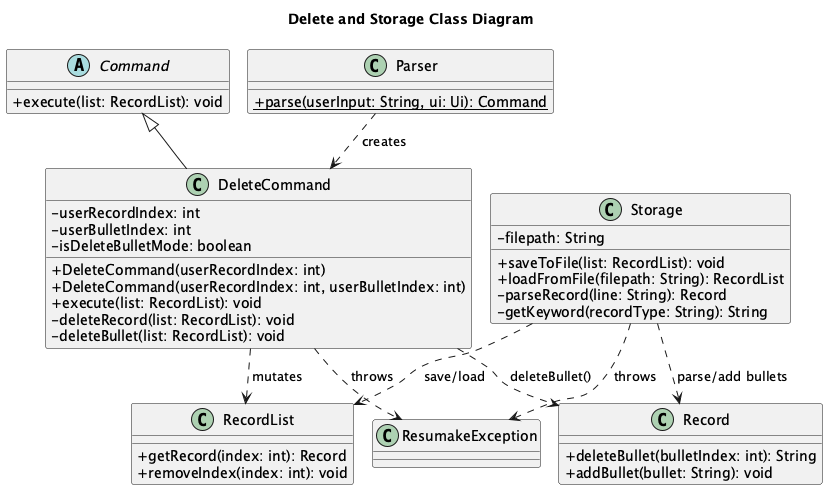
AY2526S2-CS2113-F09-2/tp keeps this PlantUML diagram as docs/images/DeleteStorageClassDiagram.png. Above is the earlier version. Its diagram source:
```plantuml
@startuml
!pragma layout smetana
skinparam classAttributeIconSize 0

title Delete and Storage Class Diagram

abstract class Command {
  +execute(list: RecordList): void
}

class DeleteCommand {
  -userRecordIndex: int
  -userBulletIndex: int
  -isDeleteBulletMode: boolean
  +DeleteCommand(userRecordIndex: int)
  +DeleteCommand(userRecordIndex: int, userBulletIndex: int)
  +execute(list: RecordList): void
  -deleteRecord(list: RecordList): void
  -deleteBullet(list: RecordList): void
}

class Parser {
  {static} +parse(userInput: String, ui: Ui): Command
}

class Storage {
  -filepath: String
  +saveToFile(list: RecordList): void
  +loadFromFile(filepath: String): RecordList
  -parseRecord(line: String): Record
  -getKeyword(recordType: String): String
}

class RecordList {
  +getRecord(index: int): Record
  +removeIndex(index: int): void
}

class Record {
  +deleteBullet(bulletIndex: int): String
  +addBullet(bullet: String): void
}

class ResumakeException

Command <|-- DeleteCommand
Parser ..> DeleteCommand : creates
DeleteCommand ..> RecordList : mutates
DeleteCommand ..> Record : deleteBullet()
DeleteCommand ..> ResumakeException : throws
Storage ..> RecordList : save/load
Storage ..> Record : parse/add bullets
Storage ..> ResumakeException : throws

@enduml
```
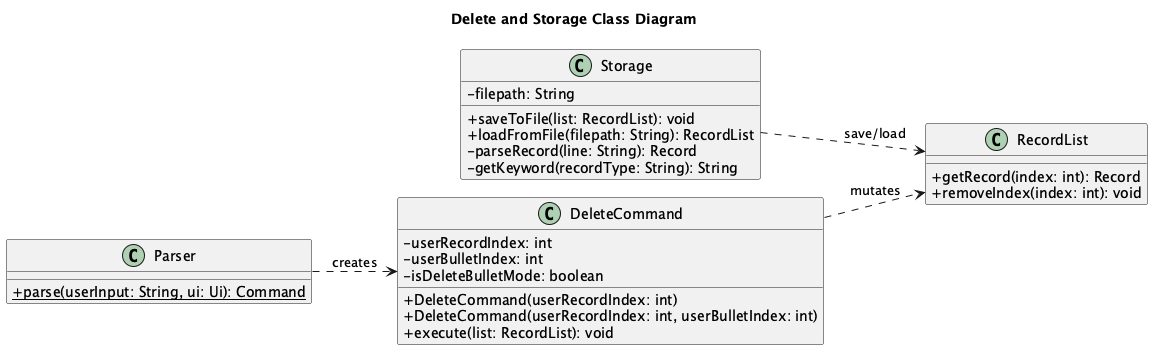
The same file after the commit.

Diff of the diagram source:
```diff
@@ -1,12 +1,9 @@
 @startuml
 !pragma layout smetana
 skinparam classAttributeIconSize 0
+left to right direction
 
 title Delete and Storage Class Diagram
-
-abstract class Command {
-  +execute(list: RecordList): void
-}
 
 class DeleteCommand {
   -userRecordIndex: int
@@ -15,8 +12,6 @@
   +DeleteCommand(userRecordIndex: int)
   +DeleteCommand(userRecordIndex: int, userBulletIndex: int)
   +execute(list: RecordList): void
-  -deleteRecord(list: RecordList): void
-  -deleteBullet(list: RecordList): void
 }
 
 class Parser {
@@ -36,20 +31,8 @@
   +removeIndex(index: int): void
 }
 
-class Record {
-  +deleteBullet(bulletIndex: int): String
-  +addBullet(bullet: String): void
-}
-
-class ResumakeException
-
-Command <|-- DeleteCommand
 Parser ..> DeleteCommand : creates
 DeleteCommand ..> RecordList : mutates
-DeleteCommand ..> Record : deleteBullet()
-DeleteCommand ..> ResumakeException : throws
 Storage ..> RecordList : save/load
-Storage ..> Record : parse/add bullets
-Storage ..> ResumakeException : throws
 
 @enduml
```
